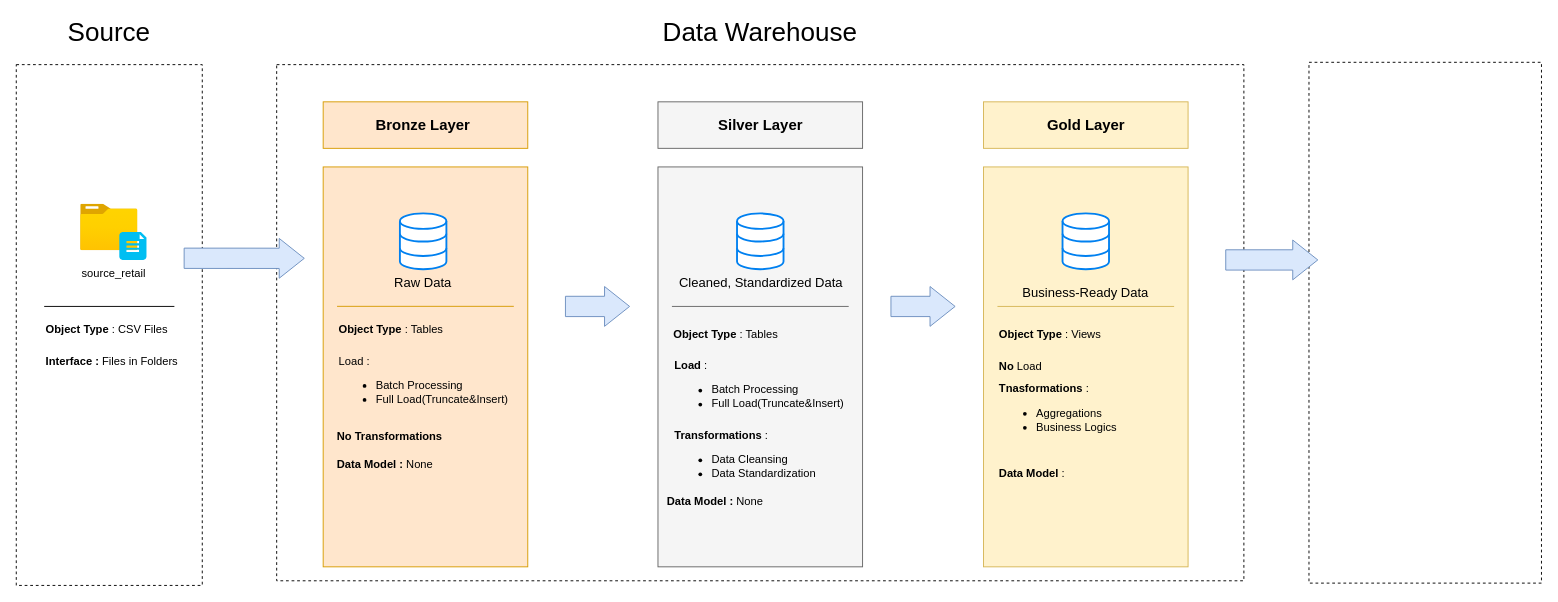
The draw.io diagram docs/data_architecture.drawio in IbirdieU/data-warehouse-project, before the edit. Source tidied: cells renumbered, new cells numbered last; positions are measured from the earlier drawing's top-left corner, leaving out a move shared by most shapes. Both pictures are drawn from the tidied source at 93%, with x=0, y=0 at pixel (16, 18).
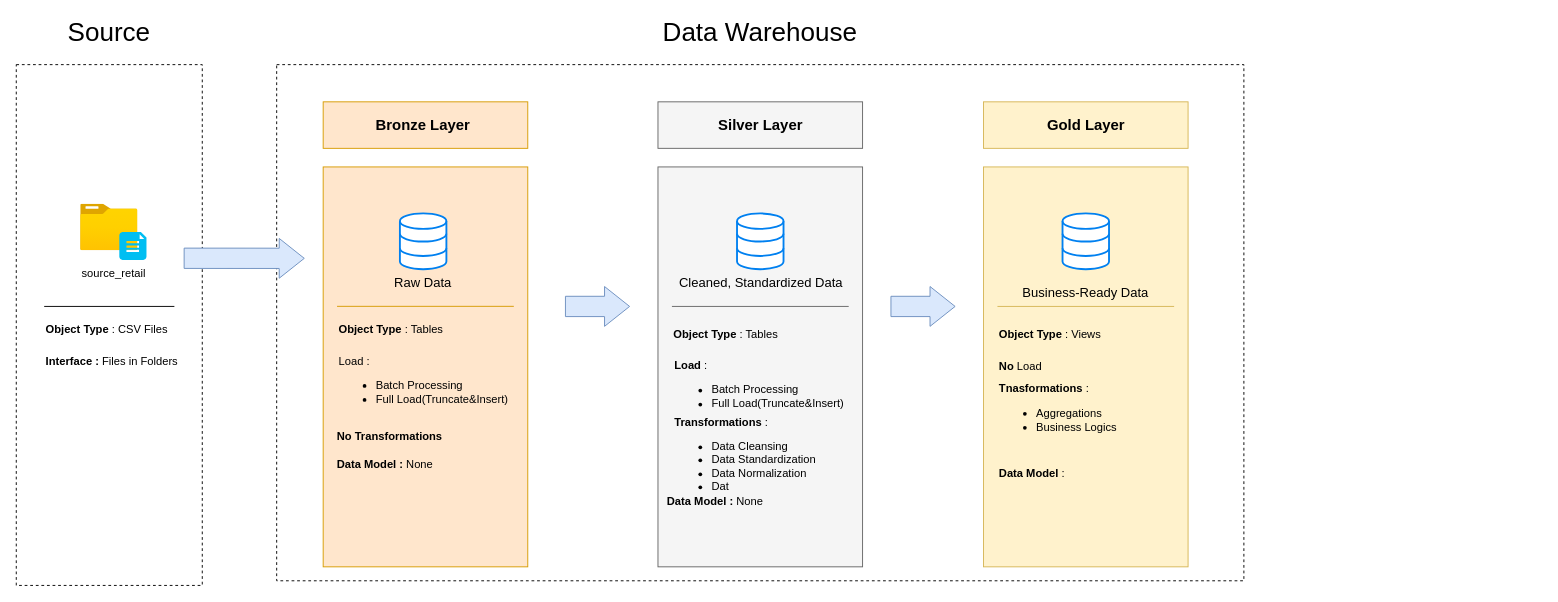
Above is the later version.

The edit, as a diff of the source:
```diff
@@
-    <mxCell id="9" style="rounded=0;whiteSpace=wrap;html=1;dashed=1;" parent="1" vertex="1">
-      <mxGeometry x="1390" y="47.5" width="250" height="560" as="geometry" />
-    </mxCell>
@@
-    <mxCell id="38" style="shape=flexArrow;endArrow=classic;html=1;rounded=0;width=21.818181818181817;endSize=8.654545454545454;fillColor=#dae8fc;strokeColor=#6c8ebf;" parent="1" edge="1">
-      <mxGeometry relative="1" as="geometry">
-        <mxPoint x="1300" y="260" as="sourcePoint" />
-        <mxPoint x="1400" y="260" as="targetPoint" />
-      </mxGeometry>
-    </mxCell>
@@
-    <mxCell id="42" value="&lt;b&gt;Transformations&amp;nbsp;&lt;/b&gt;:&lt;div&gt;&lt;ul&gt;&lt;li&gt;Data Cleansing&lt;/li&gt;&lt;li&gt;Data Standardization&lt;/li&gt;&lt;/ul&gt;&lt;/div&gt;" style="text;html=1;whiteSpace=wrap;strokeColor=none;fillColor=none;align=left;verticalAlign=middle;rounded=0;" parent="1" vertex="1">
+    <mxCell id="42" value="&lt;b&gt;Transformations&amp;nbsp;&lt;/b&gt;:&lt;div&gt;&lt;ul&gt;&lt;li&gt;Data Cleansing&lt;/li&gt;&lt;li&gt;Data Standardization&lt;/li&gt;&lt;li&gt;Data Normalization&lt;/li&gt;&lt;li&gt;Dat&lt;/li&gt;&lt;/ul&gt;&lt;/div&gt;" style="text;html=1;whiteSpace=wrap;strokeColor=none;fillColor=none;align=left;verticalAlign=middle;rounded=0;" parent="1" vertex="1">
       <mxGeometry x="705.5" y="430" width="190" height="90" as="geometry" />
     </mxCell>
```
